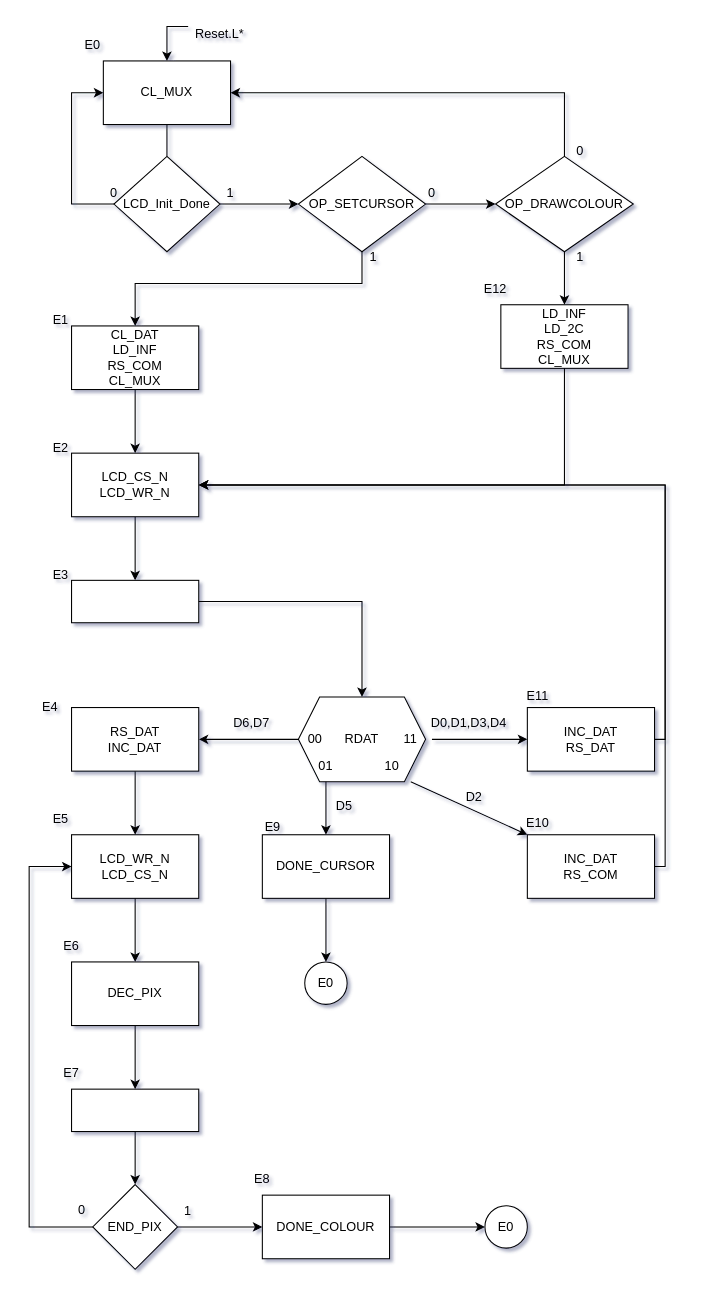
Above: page "UC" (1 of 2) of Grupo-C4/Proyecto/Documentación/LCD_CTRL.drawio in AlexAgustin/Grupo-C4 (draw.io), before the change. Source tidied: cells renumbered, new cells numbered last; positions are measured from the earlier drawing's top-left corner, leaving out a move shared by most shapes. Both pictures are drawn from the tidied source at 106%, with x=0, y=0 at pixel (18, 18).
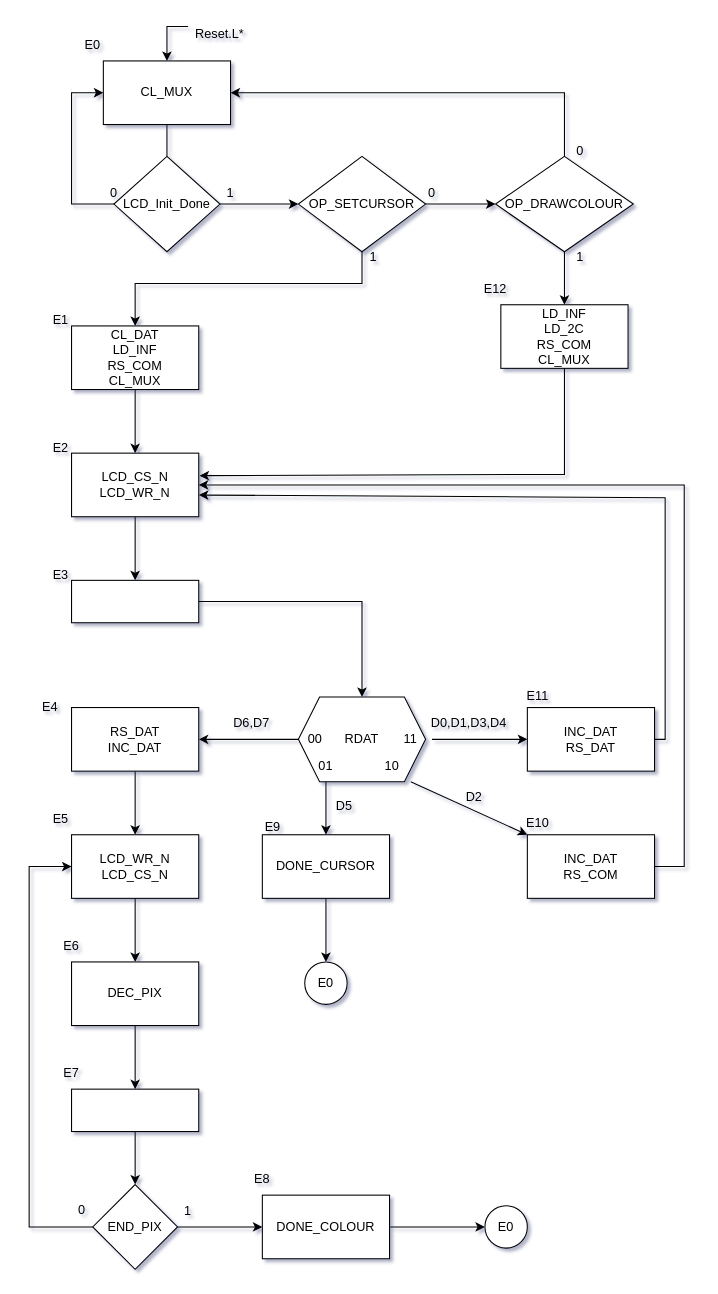
The same diagram, later.

The change refers to these unchanged cells:
```xml
<mxCell id="15" value="&lt;div&gt;INC_DAT&lt;/div&gt;&lt;div&gt;RS_COM&lt;br&gt;&lt;/div&gt;" style="rounded=0;whiteSpace=wrap;html=1;" parent="1" vertex="1">
  <mxGeometry x="480" y="770" width="120" height="60" as="geometry" />
</mxCell>
<mxCell id="18" value="&lt;div&gt;INC_DAT&lt;/div&gt;&lt;div&gt;RS_DAT&lt;br&gt;&lt;/div&gt;" style="rounded=0;whiteSpace=wrap;html=1;" parent="1" vertex="1">
  <mxGeometry x="480" y="650" width="120" height="60" as="geometry" />
</mxCell>
<mxCell id="29" value="&lt;div&gt;LCD_CS_N&lt;/div&gt;&lt;div&gt;LCD_WR_N&lt;br&gt;&lt;/div&gt;" style="rounded=0;whiteSpace=wrap;html=1;" parent="1" vertex="1">
  <mxGeometry x="50" y="410" width="120" height="60" as="geometry" />
</mxCell>
<mxCell id="32" value="&lt;div&gt;LD_INF&lt;/div&gt;&lt;div&gt;LD_2C&lt;/div&gt;&lt;div&gt;RS_COM&lt;/div&gt;&lt;div&gt;CL_MUX&lt;br&gt;&lt;/div&gt;" style="rounded=0;whiteSpace=wrap;html=1;" parent="1" vertex="1">
  <mxGeometry x="455" y="270" width="120" height="60" as="geometry" />
</mxCell>
```

Change to the diagram source:
```diff
@@
-    <mxCell id="51" style="endArrow=classic;html=1;rounded=0;exitX=0.5;exitY=1;exitDx=0;exitDy=0;entryX=1;entryY=0.5;entryDx=0;entryDy=0;" parent="1" edge="1" source="32" target="29">
+    <mxCell id="51" style="endArrow=classic;html=1;rounded=0;exitX=0.5;exitY=1;exitDx=0;exitDy=0;entryX=1.006;entryY=0.354;entryDx=0;entryDy=0;entryPerimeter=0;" parent="1" edge="1" source="32" target="29">
       <mxGeometry relative="1" as="geometry">
         <Array as="points">
-          <mxPoint x="515" y="440" />
+          <mxPoint x="515" y="430" />
         </Array>
       </mxGeometry>
     </mxCell>
-    <mxCell id="52" style="endArrow=classic;html=1;rounded=0;entryX=1;entryY=0.5;entryDx=0;entryDy=0;exitX=1;exitY=0.5;exitDx=0;exitDy=0;" parent="1" edge="1" source="18" target="29">
+    <mxCell id="52" style="endArrow=classic;html=1;rounded=0;entryX=1.001;entryY=0.659;entryDx=0;entryDy=0;exitX=1;exitY=0.5;exitDx=0;exitDy=0;entryPerimeter=0;" parent="1" edge="1" source="18" target="29">
       <mxGeometry relative="1" as="geometry">
         <Array as="points">
           <mxPoint x="610" y="680" />
-          <mxPoint x="610" y="440" />
+          <mxPoint x="610" y="452" />
         </Array>
       </mxGeometry>
     </mxCell>
     <mxCell id="53" style="endArrow=classic;html=1;rounded=0;entryX=1;entryY=0.5;entryDx=0;entryDy=0;exitX=1;exitY=0.5;exitDx=0;exitDy=0;" parent="1" edge="1" source="15" target="29">
       <mxGeometry relative="1" as="geometry">
         <Array as="points">
-          <mxPoint x="610" y="800" />
-          <mxPoint x="610" y="440" />
+          <mxPoint x="628" y="800" />
+          <mxPoint x="628" y="440" />
         </Array>
       </mxGeometry>
     </mxCell>
```
